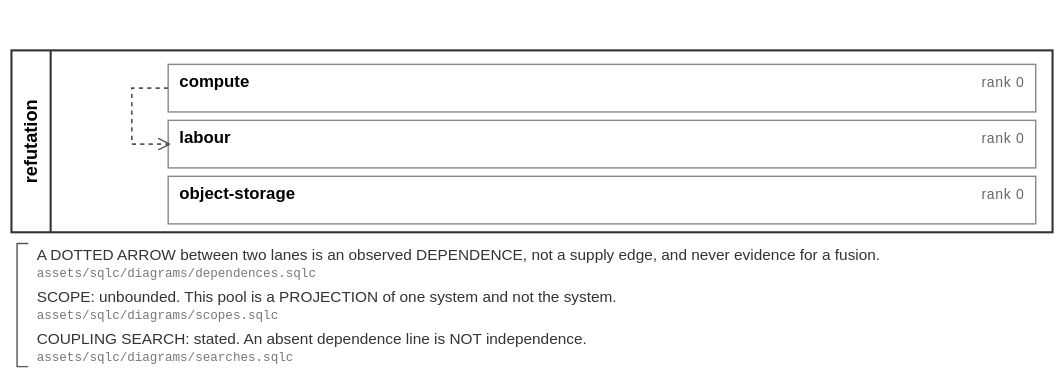
Earlier version of the BPMN export assets/svg/filings/refutation.svg (soulstompp/process-modulus). Its source is kept beside it as assets/bpmn/filings/refutation.bpmn. Ids are renumbered.
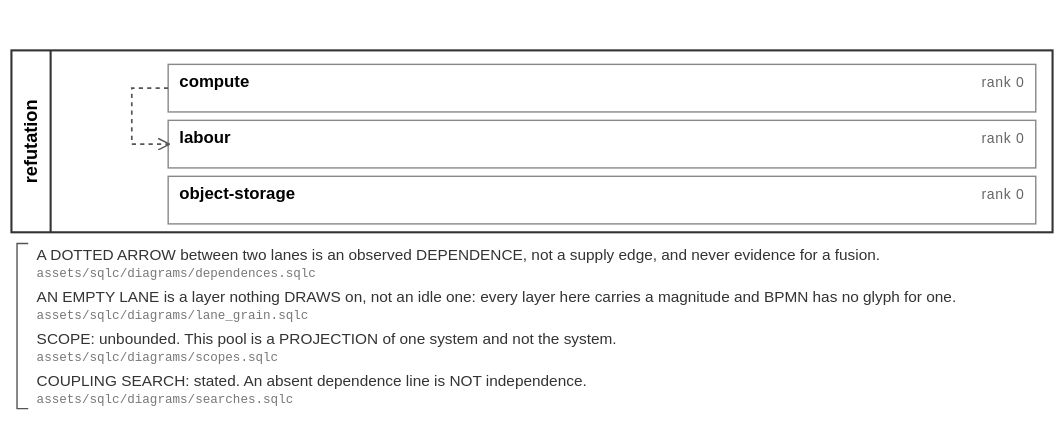
Above is the later version.

Diff of the diagram source:
```diff
@@ -29,6 +29,9 @@
     <textAnnotation id="note_refutation_dependence">
       <text>A DOTTED ARROW between two lanes is an observed DEPENDENCE, not a supply edge, and never evidence for a fusion. [assets/sqlc/diagrams/dependences.sqlc]</text>
     </textAnnotation>
+    <textAnnotation id="note_refutation_lane">
+      <text>AN EMPTY LANE is a layer nothing DRAWS on, not an idle one: every layer here carries a magnitude and BPMN has no glyph for one. [assets/sqlc/diagrams/lane_grain.sqlc]</text>
+    </textAnnotation>
     <textAnnotation id="note_refutation_scope">
       <text>SCOPE: unbounded. This pool is a PROJECTION of one system and not the system. [assets/sqlc/diagrams/scopes.sqlc]</text>
     </textAnnotation>
@@ -56,11 +59,14 @@
       <bpmndi:BPMNShape id="shape_refutation_note_refutation_dependence" bpmnElement="tns:note_refutation_dependence">
         <dc:Bounds x="20" y="174" width="720" height="28"/>
       </bpmndi:BPMNShape>
-      <bpmndi:BPMNShape id="shape_refutation_note_refutation_scope" bpmnElement="tns:note_refutation_scope">
+      <bpmndi:BPMNShape id="shape_refutation_note_refutation_lane" bpmnElement="tns:note_refutation_lane">
         <dc:Bounds x="20" y="204" width="720" height="28"/>
       </bpmndi:BPMNShape>
+      <bpmndi:BPMNShape id="shape_refutation_note_refutation_scope" bpmnElement="tns:note_refutation_scope">
+        <dc:Bounds x="20" y="234" width="720" height="28"/>
+      </bpmndi:BPMNShape>
       <bpmndi:BPMNShape id="shape_refutation_note_refutation_search" bpmnElement="tns:note_refutation_search">
-        <dc:Bounds x="20" y="234" width="720" height="28"/>
+        <dc:Bounds x="20" y="264" width="720" height="28"/>
       </bpmndi:BPMNShape>
       <bpmndi:BPMNEdge id="edge_refutation_compute_labour" bpmnElement="tns:dep_refutation_compute_labour">
         <di:waypoint x="120" y="63"/>
```
